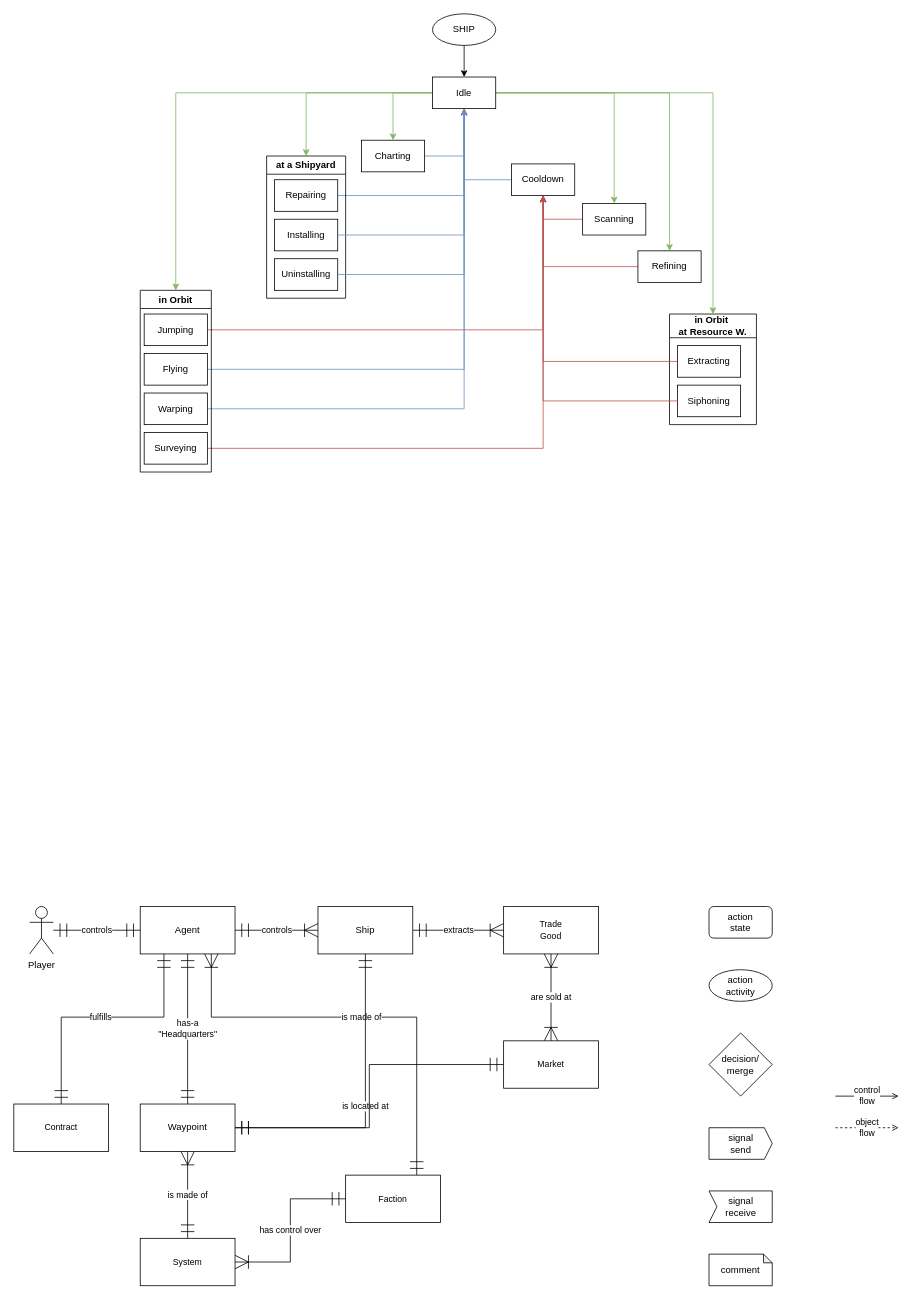
This is spacetraders-action-flow.drawio from zgrow/misc_bucket, a draw.io file, before an edit. Source tidied: cells renumbered, new cells numbered last; positions are measured from the earlier drawing's top-left corner, leaving out a move shared by most shapes. Both pictures are drawn from the tidied source at 79%, with x=0, y=0 at pixel (13, 13).
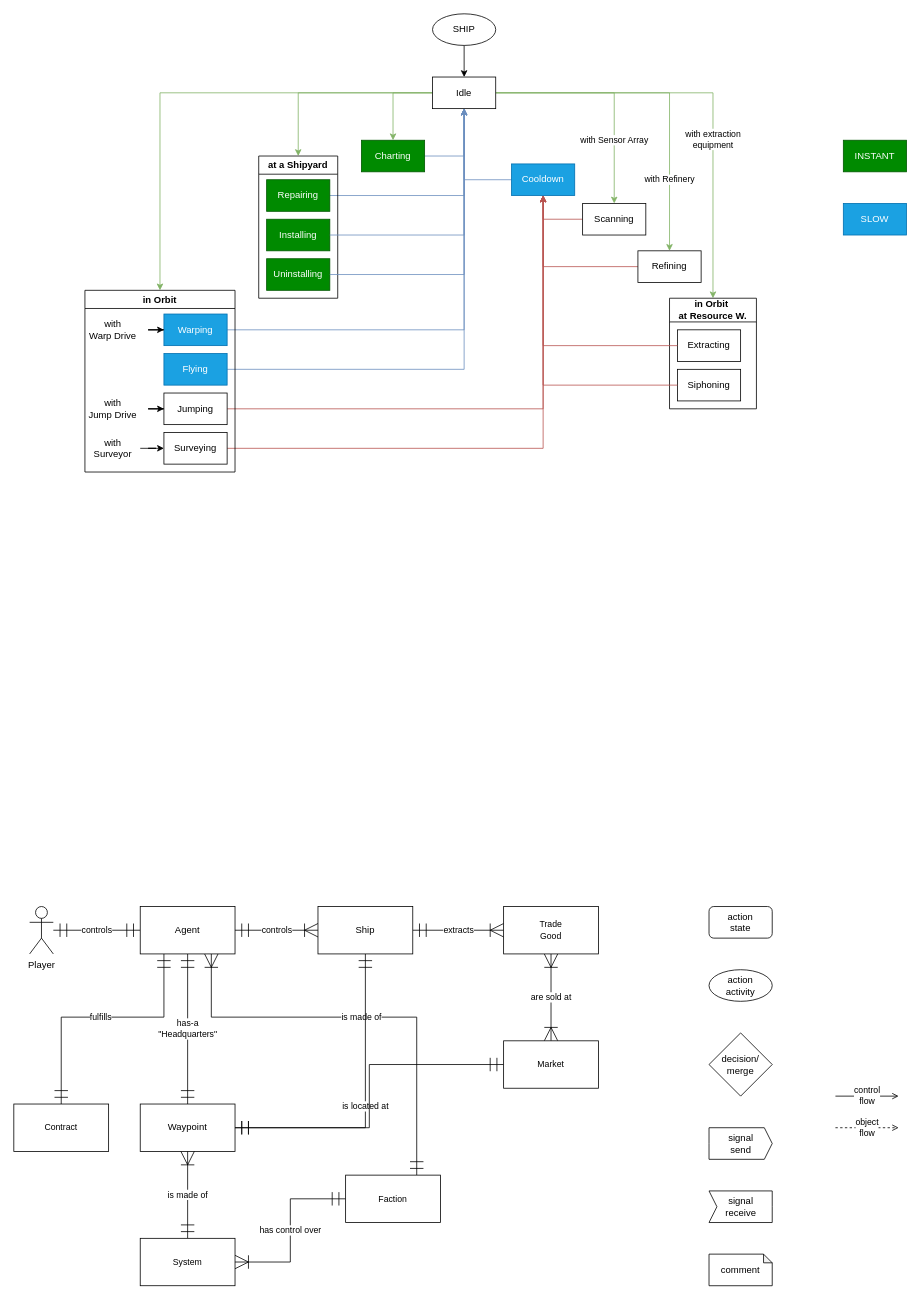
The same diagram, later.

Unchanged cells that the change refers to:
```xml
<mxCell id="38" value="Idle" style="rounded=0;whiteSpace=wrap;html=1;" parent="1" vertex="1">
  <mxGeometry x="530" y="80" width="80" height="40" as="geometry" />
</mxCell>
<mxCell id="63" value="Scanning" style="rounded=0;whiteSpace=wrap;html=1;" parent="1" vertex="1">
  <mxGeometry x="720" y="240" width="80" height="40" as="geometry" />
</mxCell>
<mxCell id="66" value="Refining" style="rounded=0;whiteSpace=wrap;html=1;" parent="1" vertex="1">
  <mxGeometry x="790" y="300" width="80" height="40" as="geometry" />
</mxCell>
```

Change to the diagram source:
```diff
@@
-    <mxCell id="34" style="edgeStyle=orthogonalEdgeStyle;rounded=0;jettySize=auto;html=1;fillColor=#d5e8d4;strokeColor=#82b366;" parent="1" edge="1" source="38" target="59">
-      <mxGeometry relative="1" as="geometry" />
+    <mxCell id="34" value="&lt;div&gt;with extraction&lt;/div&gt;&lt;div&gt;equipment&lt;br&gt;&lt;/div&gt;" style="edgeStyle=orthogonalEdgeStyle;rounded=0;jettySize=auto;html=1;fillColor=#d5e8d4;strokeColor=#82b366;" parent="1" edge="1" source="38" target="59">
+      <mxGeometry x="0.25" relative="1" as="geometry" />
     </mxCell>
@@
-    <mxCell id="36" style="edgeStyle=orthogonalEdgeStyle;rounded=0;jettySize=auto;html=1;fillColor=#d5e8d4;strokeColor=#82b366;" parent="1" edge="1" source="38" target="63">
-      <mxGeometry relative="1" as="geometry" />
+    <mxCell id="36" value="with Sensor Array" style="edgeStyle=orthogonalEdgeStyle;rounded=0;jettySize=auto;html=1;fillColor=#d5e8d4;strokeColor=#82b366;" parent="1" edge="1" source="38" target="63">
+      <mxGeometry x="0.45" relative="1" as="geometry" />
     </mxCell>
-    <mxCell id="37" style="edgeStyle=orthogonalEdgeStyle;rounded=0;jettySize=auto;html=1;fillColor=#d5e8d4;strokeColor=#82b366;" parent="1" edge="1" source="38" target="66">
-      <mxGeometry relative="1" as="geometry" />
+    <mxCell id="37" value="with Refinery" style="edgeStyle=orthogonalEdgeStyle;rounded=0;jettySize=auto;html=1;fillColor=#d5e8d4;strokeColor=#82b366;" parent="1" edge="1" source="38" target="66">
+      <mxGeometry x="0.57" relative="1" as="geometry" />
     </mxCell>
@@
-    <mxCell id="40" value="Charting" style="rounded=0;whiteSpace=wrap;html=1;" parent="1" vertex="1">
+    <mxCell id="40" value="Charting" style="rounded=0;whiteSpace=wrap;html=1;fillColor=#008a00;fontColor=#ffffff;strokeColor=#005700;" parent="1" vertex="1">
       <mxGeometry x="440" y="160" width="80" height="40" as="geometry" />
     </mxCell>
@@
-    <mxCell id="42" value="&lt;div&gt;Cooldown&lt;br&gt;&lt;/div&gt;" style="rounded=0;whiteSpace=wrap;html=1;" parent="1" vertex="1">
+    <mxCell id="42" value="&lt;div&gt;Cooldown&lt;br&gt;&lt;/div&gt;" style="rounded=0;whiteSpace=wrap;html=1;fillColor=#1ba1e2;fontColor=#ffffff;strokeColor=#006EAF;" parent="1" vertex="1">
       <mxGeometry x="630" y="190" width="80" height="40" as="geometry" />
     </mxCell>
@@
     <mxCell id="48" value="at a Shipyard" style="swimlane;whiteSpace=wrap;html=1;" parent="1" vertex="1">
-      <mxGeometry x="320" y="180" width="100" height="180" as="geometry" />
+      <mxGeometry x="310" y="180" width="100" height="180" as="geometry" />
     </mxCell>
-    <mxCell id="49" value="Repairing" style="rounded=0;whiteSpace=wrap;html=1;" parent="48" vertex="1">
+    <mxCell id="49" value="Repairing" style="rounded=0;whiteSpace=wrap;html=1;fillColor=#008a00;fontColor=#ffffff;strokeColor=#005700;" parent="48" vertex="1">
       <mxGeometry x="10" y="30" width="80" height="40" as="geometry" />
     </mxCell>
-    <mxCell id="50" value="Installing" style="rounded=0;whiteSpace=wrap;html=1;" parent="48" vertex="1">
+    <mxCell id="50" value="Installing" style="rounded=0;whiteSpace=wrap;html=1;fillColor=#008a00;fontColor=#ffffff;strokeColor=#005700;" parent="48" vertex="1">
       <mxGeometry x="10" y="80" width="80" height="40" as="geometry" />
     </mxCell>
-    <mxCell id="51" value="Uninstalling" style="rounded=0;whiteSpace=wrap;html=1;" parent="48" vertex="1">
+    <mxCell id="51" value="Uninstalling" style="rounded=0;whiteSpace=wrap;html=1;fillColor=#008a00;fontColor=#ffffff;strokeColor=#005700;" parent="48" vertex="1">
       <mxGeometry x="10" y="130" width="80" height="40" as="geometry" />
     </mxCell>
@@
     <mxCell id="54" value="in Orbit" style="swimlane;whiteSpace=wrap;html=1;" parent="1" vertex="1">
-      <mxGeometry x="160" y="350" width="90" height="230" as="geometry" />
+      <mxGeometry x="90" y="350" width="190" height="230" as="geometry" />
     </mxCell>
     <mxCell id="55" value="Jumping" style="rounded=0;whiteSpace=wrap;html=1;" parent="54" vertex="1">
-      <mxGeometry x="5" y="30" width="80" height="40" as="geometry" />
+      <mxGeometry x="100" y="130" width="80" height="40" as="geometry" />
     </mxCell>
-    <mxCell id="56" value="Flying" style="rounded=0;whiteSpace=wrap;html=1;" parent="54" vertex="1">
-      <mxGeometry x="5" y="80" width="80" height="40" as="geometry" />
+    <mxCell id="56" value="Flying" style="rounded=0;whiteSpace=wrap;html=1;fillColor=#1ba1e2;fontColor=#ffffff;strokeColor=#006EAF;" parent="54" vertex="1">
+      <mxGeometry x="100" y="80" width="80" height="40" as="geometry" />
     </mxCell>
-    <mxCell id="57" value="Warping" style="rounded=0;whiteSpace=wrap;html=1;" parent="54" vertex="1">
-      <mxGeometry x="5" y="130" width="80" height="40" as="geometry" />
+    <mxCell id="57" value="Warping" style="rounded=0;whiteSpace=wrap;html=1;fillColor=#1ba1e2;fontColor=#ffffff;strokeColor=#006EAF;" parent="54" vertex="1">
+      <mxGeometry x="100" y="30" width="80" height="40" as="geometry" />
     </mxCell>
     <mxCell id="58" value="Surveying" style="rounded=0;whiteSpace=wrap;html=1;" parent="54" vertex="1">
-      <mxGeometry x="5" y="180" width="80" height="40" as="geometry" />
+      <mxGeometry x="100" y="180" width="80" height="40" as="geometry" />
     </mxCell>
+    <mxCell id="68" style="edgeStyle=orthogonalEdgeStyle;rounded=0;jettySize=auto;html=1;" parent="54" edge="1" source="69" target="57">
+      <mxGeometry relative="1" as="geometry" />
+    </mxCell>
+    <mxCell id="69" value="&lt;div&gt;with&lt;br&gt;&lt;/div&gt;&lt;div&gt;Warp Drive&lt;/div&gt;" style="text;html=1;align=center;verticalAlign=middle;points=[];strokeColor=none;fillColor=none;" parent="54" vertex="1">
+      <mxGeometry x="-10" y="30" width="90" height="40" as="geometry" />
+    </mxCell>
+    <mxCell id="70" style="edgeStyle=orthogonalEdgeStyle;rounded=0;jettySize=auto;html=1;" parent="54" edge="1" source="71" target="55">
+      <mxGeometry relative="1" as="geometry" />
+    </mxCell>
+    <mxCell id="71" value="&lt;div&gt;with&lt;/div&gt;&lt;div&gt;Jump Drive&lt;br&gt;&lt;/div&gt;" style="text;html=1;align=center;verticalAlign=middle;points=[];strokeColor=none;fillColor=none;" parent="54" vertex="1">
+      <mxGeometry x="-10" y="130" width="90" height="40" as="geometry" />
+    </mxCell>
+    <mxCell id="72" style="edgeStyle=orthogonalEdgeStyle;rounded=0;jettySize=auto;html=1;" parent="54" edge="1" source="73" target="58">
+      <mxGeometry relative="1" as="geometry" />
+    </mxCell>
+    <mxCell id="73" value="&lt;div&gt;with&lt;/div&gt;&lt;div&gt;Surveyor&lt;br&gt;&lt;/div&gt;" style="text;html=1;align=center;verticalAlign=middle;points=[];strokeColor=none;fillColor=none;" parent="54" vertex="1">
+      <mxGeometry y="180" width="70" height="40" as="geometry" />
+    </mxCell>
     <mxCell id="59" value="&lt;div&gt;in Orbit&amp;nbsp;&lt;/div&gt;&lt;div&gt;at Resource W.&lt;/div&gt;" style="swimlane;whiteSpace=wrap;html=1;startSize=30;" parent="1" vertex="1">
-      <mxGeometry x="830" y="380" width="110" height="140" as="geometry" />
+      <mxGeometry x="830" y="360" width="110" height="140" as="geometry" />
     </mxCell>
@@
+    <mxCell id="74" value="INSTANT" style="rounded=0;whiteSpace=wrap;html=1;fillColor=#008a00;strokeColor=#005700;fontColor=#ffffff;" parent="1" vertex="1">
+      <mxGeometry x="1050" y="160" width="80" height="40" as="geometry" />
+    </mxCell>
+    <mxCell id="75" value="SLOW" style="rounded=0;whiteSpace=wrap;html=1;fillColor=#1ba1e2;strokeColor=#006EAF;fontColor=#ffffff;" parent="1" vertex="1">
+      <mxGeometry x="1050" y="240" width="80" height="40" as="geometry" />
+    </mxCell>
```
